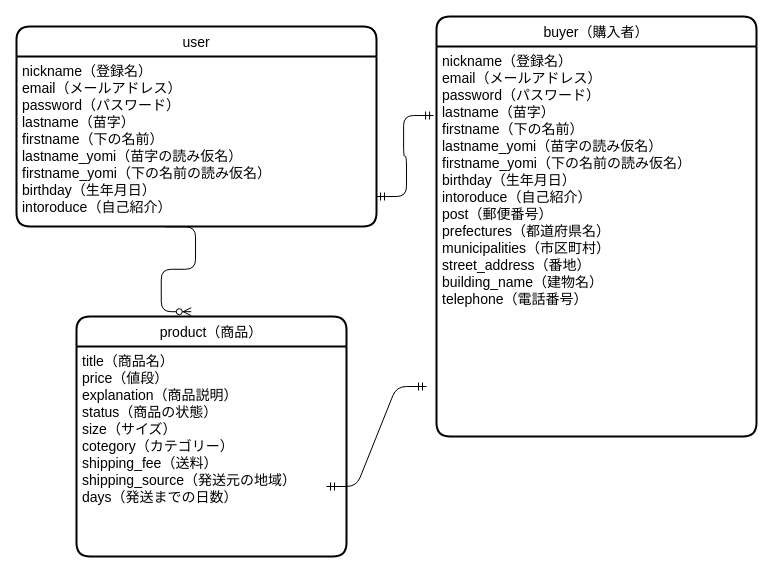
Earlier version of the draw.io diagram app/furima-41360.dio (haru-teck/furima-41360). Source tidied: cells renumbered, new cells numbered last; positions are measured from the earlier drawing's top-left corner, leaving out a move shared by most shapes. Both pictures are drawn from the tidied source at 100%, with x=0, y=0 at pixel (16, 16).
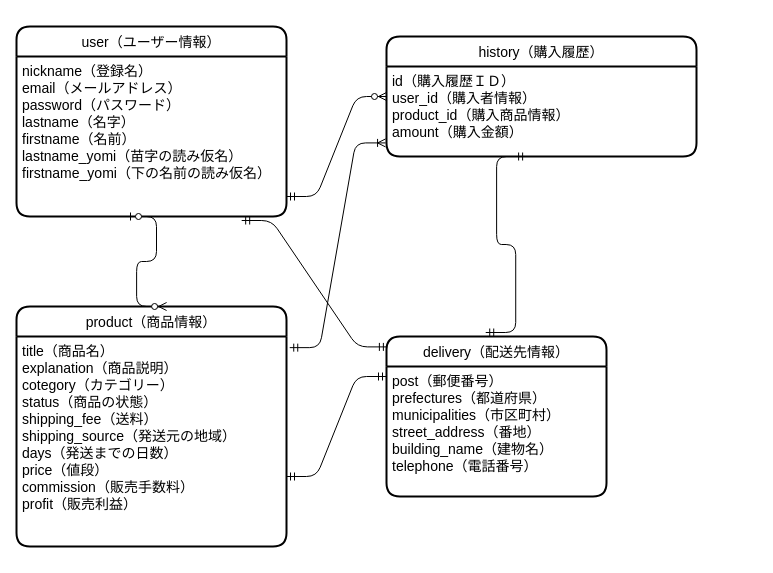
After the change.

Commit message (it also covers changes not shown here):
テーブル設計

Diff of the diagram source:
```diff
@@
 <mxGraphModel>
   <root>
     <mxCell id="0" />
     <mxCell id="1" parent="0" />
-    <mxCell id="2" value="user" style="swimlane;horizontal=1;startSize=30;rounded=1;fontSize=14;fontStyle=0;strokeWidth=2;shadow=0;dashed=0;align=center;" parent="1" vertex="1">
-      <mxGeometry y="10" width="360" height="200" as="geometry" />
+    <mxCell id="2" value="user（ユーザー情報）" style="swimlane;horizontal=1;startSize=30;rounded=1;fontSize=14;fontStyle=0;strokeWidth=2;shadow=0;dashed=0;align=center;" parent="1" vertex="1">
+      <mxGeometry y="10" width="270" height="190" as="geometry" />
     </mxCell>
-    <mxCell id="3" value="nickname（登録名）&#10;email（メールアドレス）&#10;password（パスワード）&#10;lastname（苗字）&#10;firstname（下の名前）&#10;lastname_yomi（苗字の読み仮名）&#10;firstname_yomi（下の名前の読み仮名）&#10;birthday（生年月日）&#10;intoroduce（自己紹介）&#10;" style="align=left;strokeColor=none;fillColor=none;spacingLeft=4;fontSize=14;verticalAlign=top;" parent="2" vertex="1">
-      <mxGeometry y="30" width="360" height="170" as="geometry" />
+    <mxCell id="3" value="nickname（登録名）&#10;email（メールアドレス）&#10;password（パスワード）&#10;lastname（名字）&#10;firstname（名前）&#10;lastname_yomi（苗字の読み仮名）&#10;firstname_yomi（下の名前の読み仮名）&#10;&#10;" style="align=left;strokeColor=none;fillColor=none;spacingLeft=4;fontSize=14;verticalAlign=top;" parent="2" vertex="1">
+      <mxGeometry y="30" width="270" height="160" as="geometry" />
     </mxCell>
-    <mxCell id="4" value="product（商品）" style="swimlane;horizontal=1;startSize=30;rounded=1;fontSize=14;fontStyle=0;strokeWidth=2;shadow=0;dashed=0;align=center;" parent="1" vertex="1">
-      <mxGeometry x="60" y="300" width="270" height="240" as="geometry" />
+    <mxCell id="4" value="product（商品情報）" style="swimlane;horizontal=1;startSize=30;rounded=1;fontSize=14;fontStyle=0;strokeWidth=2;shadow=0;dashed=0;align=center;" parent="1" vertex="1">
+      <mxGeometry y="290" width="270" height="240" as="geometry" />
     </mxCell>
-    <mxCell id="5" style="edgeStyle=entityRelationEdgeStyle;fontSize=12;html=1;endArrow=ERmandOne;startArrow=ERmandOne;" parent="4" edge="1">
-      <mxGeometry relative="1" as="geometry">
-        <mxPoint x="250" y="170" as="sourcePoint" />
-        <mxPoint x="350" y="70" as="targetPoint" />
-      </mxGeometry>
-    </mxCell>
-    <mxCell id="6" value="title（商品名）&#10;price（値段）&#10;explanation（商品説明）&#10;status（商品の状態）&#10;size（サイズ）&#10;cotegory（カテゴリー）&#10;shipping_fee（送料）&#10;shipping_source（発送元の地域）&#10;days（発送までの日数）" style="align=left;strokeColor=none;fillColor=none;spacingLeft=4;fontSize=14;verticalAlign=top;" parent="4" vertex="1">
+    <mxCell id="6" value="title（商品名）&#10;explanation（商品説明）&#10;cotegory（カテゴリー）&#10;status（商品の状態）&#10;shipping_fee（送料）&#10;shipping_source（発送元の地域）&#10;days（発送までの日数）&#10;price（値段）&#10;commission（販売手数料）&#10;profit（販売利益）" style="align=left;strokeColor=none;fillColor=none;spacingLeft=4;fontSize=14;verticalAlign=top;" parent="4" vertex="1">
       <mxGeometry y="30" width="270" height="210" as="geometry" />
     </mxCell>
+    <mxCell id="11" style="shape=waypoint;sketch=0;size=6;fillColor=default;perimeter=centerPerimeter;fontSize=14;fontStyle=0;startSize=30;rounded=1;strokeWidth=2;shadow=0;dashed=0;" parent="4" vertex="1">
+      <mxGeometry y="240" width="270" as="geometry" />
+    </mxCell>
-    <mxCell id="7" value="buyer（購入者）" style="swimlane;horizontal=1;startSize=30;rounded=1;fontSize=14;fontStyle=0;strokeWidth=2;shadow=0;dashed=0;align=center;" parent="1" vertex="1">
-      <mxGeometry x="420" width="320" height="420" as="geometry" />
+    <mxCell id="7" value="history（購入履歴）" style="swimlane;horizontal=1;startSize=30;rounded=1;fontSize=14;fontStyle=0;strokeWidth=2;shadow=0;dashed=0;align=center;" parent="1" vertex="1">
+      <mxGeometry x="370" y="20" width="310" height="120" as="geometry" />
     </mxCell>
-    <mxCell id="8" value="nickname（登録名）&#10;email（メールアドレス）&#10;password（パスワード）&#10;lastname（苗字）&#10;firstname（下の名前）&#10;lastname_yomi（苗字の読み仮名）&#10;firstname_yomi（下の名前の読み仮名）&#10;birthday（生年月日）&#10;intoroduce（自己紹介）&#10;post（郵便番号）&#10;prefectures（都道府県名）&#10;municipalities（市区町村）&#10;street_address（番地）&#10;building_name（建物名）&#10;telephone（電話番号）" style="align=left;strokeColor=none;fillColor=none;spacingLeft=4;fontSize=14;verticalAlign=top;" parent="7" vertex="1">
-      <mxGeometry y="30" width="320" height="390" as="geometry" />
+    <mxCell id="8" value="id（購入履歴ＩＤ）&#10;user_id（購入者情報）&#10;product_id（購入商品情報）&#10;amount（購入金額）" style="align=left;strokeColor=none;fillColor=none;spacingLeft=4;fontSize=14;verticalAlign=top;" parent="7" vertex="1">
+      <mxGeometry y="30" width="310" height="90" as="geometry" />
     </mxCell>
-    <mxCell id="9" style="edgeStyle=entityRelationEdgeStyle;fontSize=12;html=1;endArrow=ERzeroToMany;endFill=1;entryX=0.425;entryY=-0.02;entryDx=0;entryDy=0;entryPerimeter=0;exitX=0.414;exitY=1.002;exitDx=0;exitDy=0;exitPerimeter=0;" parent="1" edge="1" source="3" target="4">
-      <mxGeometry relative="1" as="geometry" />
-    </mxCell>
-    <mxCell id="10" style="edgeStyle=entityRelationEdgeStyle;fontSize=12;html=1;endArrow=ERmandOne;startArrow=ERmandOne;entryX=-0.009;entryY=0.177;entryDx=0;entryDy=0;entryPerimeter=0;" parent="1" edge="1" target="8">
-      <mxGeometry relative="1" as="geometry">
-        <mxPoint x="360" y="180" as="sourcePoint" />
-      </mxGeometry>
+    <mxCell id="10" value="delivery（配送先情報）" style="swimlane;horizontal=1;startSize=30;rounded=1;fontSize=14;fontStyle=0;strokeWidth=2;shadow=0;dashed=0;align=center;" parent="1" vertex="1">
+      <mxGeometry x="370" y="320" width="220" height="160" as="geometry" />
     </mxCell>
+    <mxCell id="12" value="post（郵便番号）&#10;prefectures（都道府県）&#10;municipalities（市区町村）&#10;street_address（番地）&#10;building_name（建物名）&#10;telephone（電話番号）" style="align=left;strokeColor=none;fillColor=none;spacingLeft=4;fontSize=14;verticalAlign=top;" parent="10" vertex="1">
+      <mxGeometry y="30" width="220" height="130" as="geometry" />
+    </mxCell>
+    <mxCell id="13" style="edgeStyle=entityRelationEdgeStyle;fontSize=12;html=1;endArrow=ERzeroToMany;startArrow=ERzeroToOne;entryX=0.556;entryY=0;entryDx=0;entryDy=0;entryPerimeter=0;" parent="1" edge="1" target="4">
+      <mxGeometry relative="1" as="geometry">
+        <mxPoint x="110" y="200" as="sourcePoint" />
+      </mxGeometry>
+    </mxCell>
+    <mxCell id="14" style="edgeStyle=entityRelationEdgeStyle;fontSize=12;html=1;endArrow=ERmandOne;startArrow=ERmandOne;" parent="1" edge="1">
+      <mxGeometry relative="1" as="geometry">
+        <mxPoint x="270" y="460" as="sourcePoint" />
+        <mxPoint x="370" y="360" as="targetPoint" />
+      </mxGeometry>
+    </mxCell>
+    <mxCell id="15" style="edgeStyle=entityRelationEdgeStyle;fontSize=12;html=1;endArrow=ERzeroToMany;startArrow=ERmandOne;" parent="1" edge="1">
+      <mxGeometry relative="1" as="geometry">
+        <mxPoint x="270" y="180" as="sourcePoint" />
+        <mxPoint x="370" y="80" as="targetPoint" />
+      </mxGeometry>
+    </mxCell>
+    <mxCell id="16" style="edgeStyle=entityRelationEdgeStyle;fontSize=12;html=1;endArrow=ERmandOne;startArrow=ERmandOne;exitX=0.451;exitY=-0.025;exitDx=0;exitDy=0;exitPerimeter=0;entryX=0.452;entryY=1;entryDx=0;entryDy=0;entryPerimeter=0;" parent="1" edge="1" source="10" target="8">
+      <mxGeometry relative="1" as="geometry" />
+    </mxCell>
+    <mxCell id="17" style="edgeStyle=entityRelationEdgeStyle;fontSize=12;html=1;endArrow=ERmandOne;startArrow=ERmandOne;exitX=0.834;exitY=1.025;exitDx=0;exitDy=0;exitPerimeter=0;entryX=0.004;entryY=0.065;entryDx=0;entryDy=0;entryPerimeter=0;" parent="1" edge="1" source="3" target="10">
+      <mxGeometry relative="1" as="geometry" />
+    </mxCell>
+    <mxCell id="18" style="edgeStyle=entityRelationEdgeStyle;fontSize=12;html=1;endArrow=ERoneToMany;startArrow=ERmandOne;exitX=1.012;exitY=0.053;exitDx=0;exitDy=0;exitPerimeter=0;entryX=-0.003;entryY=0.849;entryDx=0;entryDy=0;entryPerimeter=0;" parent="1" edge="1" source="6" target="8">
+      <mxGeometry relative="1" as="geometry" />
+    </mxCell>
   </root>
 </mxGraphModel>
```
